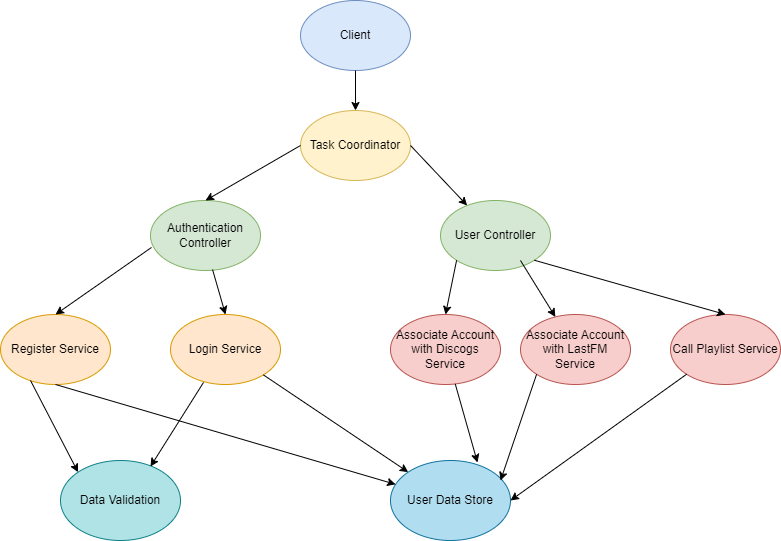
andreiprepelita/VireWade keeps this draw.io diagram as Final Deliverables Solution S/Scholarly HTML technical report/Resources/User Arhictecture.drawio.png. Above is the earlier version. Source tidied: cells renumbered, new cells last; positions are measured from the earlier drawing's top-left corner, leaving out a move shared by most shapes.
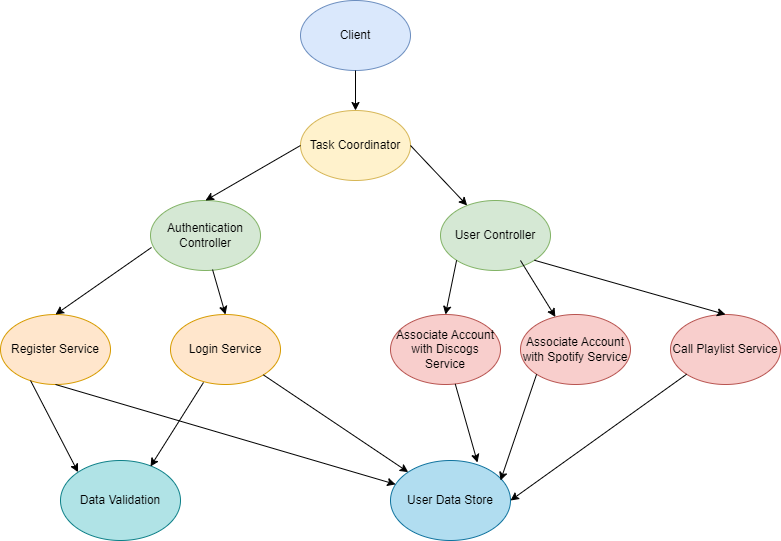
After the change.

Diff of the diagram source:
```diff
@@ -47,7 +47,7 @@
     <mxCell id="16" value="Associate Account with Discogs Service" style="ellipse;whiteSpace=wrap;html=1;fillColor=#f8cecc;strokeColor=#b85450;" parent="1" vertex="1">
       <mxGeometry x="390" y="314" width="110" height="70" as="geometry" />
     </mxCell>
-    <mxCell id="17" value="Associate Account with LastFM Service" style="ellipse;whiteSpace=wrap;html=1;fillColor=#f8cecc;strokeColor=#b85450;" parent="1" vertex="1">
+    <mxCell id="17" value="Associate Account with Spotify Service" style="ellipse;whiteSpace=wrap;html=1;fillColor=#f8cecc;strokeColor=#b85450;" parent="1" vertex="1">
       <mxGeometry x="520" y="314" width="110" height="70" as="geometry" />
     </mxCell>
     <mxCell id="18" style="endArrow=classic;html=1;rounded=0;exitX=0.5;exitY=1;exitDx=0;exitDy=0;" parent="1" edge="1" source="9" target="15">
```
